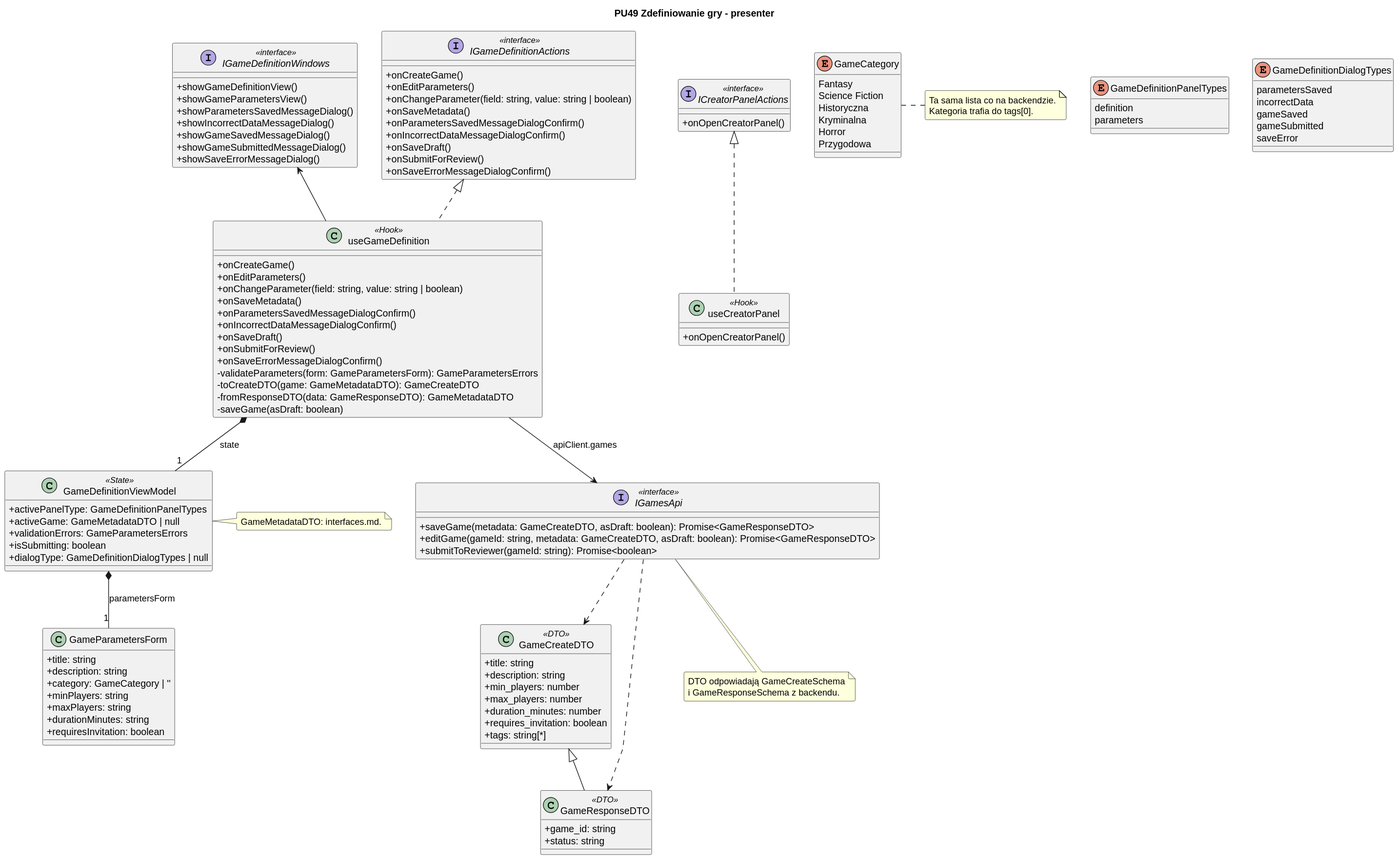
Above: diagrams/frontend/rendered/game-definition-presenter.svg in Igor-Ochocki/POP-2026Z (PlantUML), before the change.
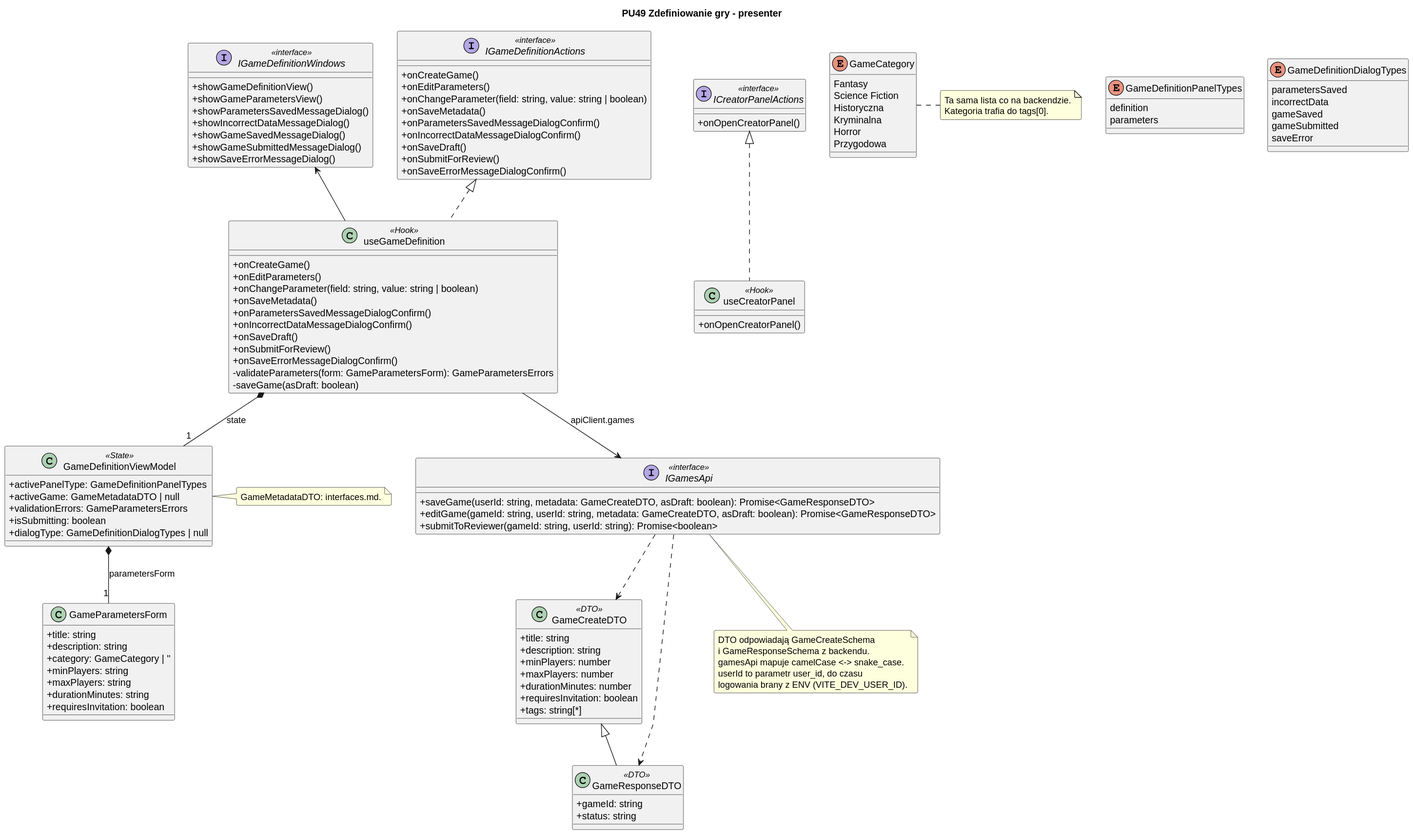
Later version of the same file.

Commit message:
Nawigacja View -> Presenter i nazwy DTO (PU49) (#90)

Change to the diagram source:
```diff
@@ -18,8 +18,6 @@
     + onSubmitForReview()
     + onSaveErrorMessageDialogConfirm()
     - validateParameters(form: GameParametersForm): GameParametersErrors
-    - toCreateDTO(game: GameMetadataDTO): GameCreateDTO
-    - fromResponseDTO(data: GameResponseDTO): GameMetadataDTO
     - saveGame(asDraft: boolean)
 }
 
@@ -54,23 +52,23 @@
 }
 
 interface IGamesApi <<interface>> {
-    + saveGame(metadata: GameCreateDTO, asDraft: boolean): Promise<GameResponseDTO>
-    + editGame(gameId: string, metadata: GameCreateDTO, asDraft: boolean): Promise<GameResponseDTO>
-    + submitToReviewer(gameId: string): Promise<boolean>
+    + saveGame(userId: string, metadata: GameCreateDTO, asDraft: boolean): Promise<GameResponseDTO>
+    + editGame(gameId: string, userId: string, metadata: GameCreateDTO, asDraft: boolean): Promise<GameResponseDTO>
+    + submitToReviewer(gameId: string, userId: string): Promise<boolean>
 }
 
 class GameCreateDTO <<DTO>> {
     + title: string
     + description: string
-    + min_players: number
-    + max_players: number
-    + duration_minutes: number
-    + requires_invitation: boolean
+    + minPlayers: number
+    + maxPlayers: number
+    + durationMinutes: number
+    + requiresInvitation: boolean
     + tags: string[*]
 }
 
 class GameResponseDTO <<DTO>> {
-    + game_id: string
+    + gameId: string
     + status: string
 }
 
@@ -137,5 +135,8 @@
 note bottom of IGamesApi
     DTO odpowiadają GameCreateSchema
     i GameResponseSchema z backendu.
+    gamesApi mapuje camelCase <-> snake_case.
+    userId to parametr user_id, do czasu
+    logowania brany z ENV (VITE_DEV_USER_ID).
 end note
 @enduml
```
